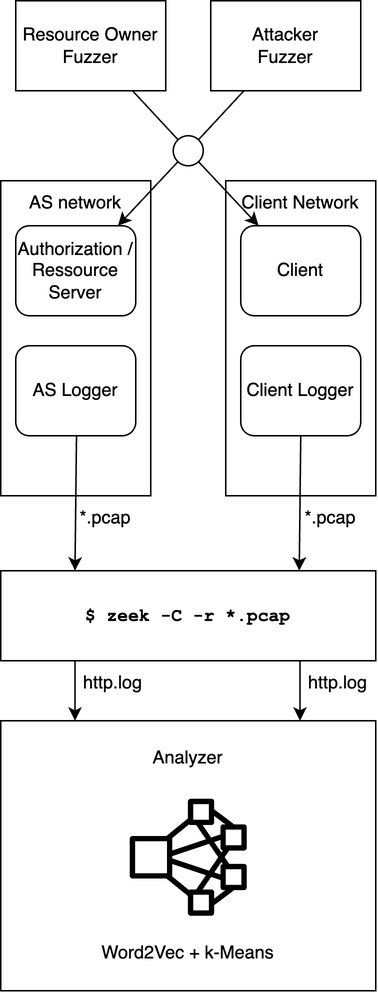
Above: thesis/pic/experimental_setup.png in fnehmer/master-thesis (draw.io), before the change. Source tidied: cells renumbered, new cells last; positions are measured from the earlier drawing's top-left corner, leaving out a move shared by most shapes.
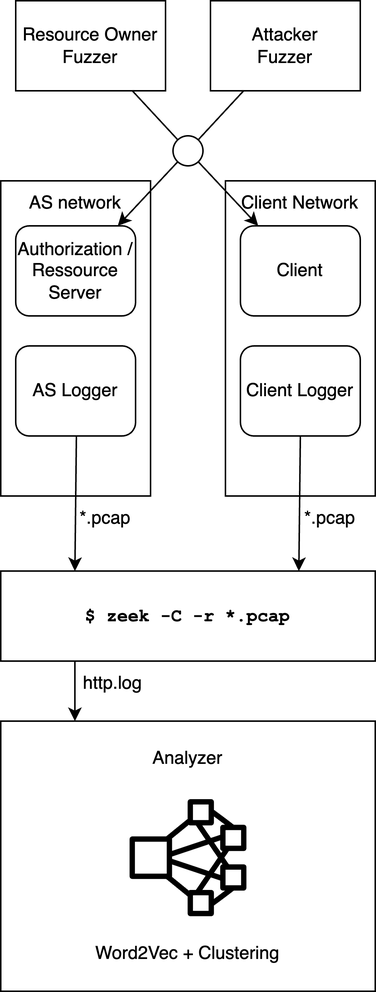
After the change.

Change to the diagram source:
```diff
@@ -53,25 +53,16 @@
         <mxPoint x="49.5" y="480" as="targetPoint" />
       </mxGeometry>
     </mxCell>
-    <mxCell id="17" style="endArrow=classic;html=1;rounded=0;entryX=0.796;entryY=0;entryDx=0;entryDy=0;entryPerimeter=0;" parent="1" edge="1">
-      <mxGeometry relative="1" as="geometry">
-        <mxPoint x="199.5" y="440" as="sourcePoint" />
-        <mxPoint x="199.5" y="480" as="targetPoint" />
-      </mxGeometry>
-    </mxCell>
     <mxCell id="18" value="http.log" style="text;html=1;strokeColor=none;fillColor=none;align=center;verticalAlign=middle;whiteSpace=wrap;rounded=0;" parent="1" vertex="1">
       <mxGeometry x="50" y="440" width="50" height="30" as="geometry" />
     </mxCell>
-    <mxCell id="19" value="http.log" style="text;html=1;strokeColor=none;fillColor=none;align=center;verticalAlign=middle;whiteSpace=wrap;rounded=0;" parent="1" vertex="1">
-      <mxGeometry x="200" y="440" width="50" height="30" as="geometry" />
-    </mxCell>
     <mxCell id="20" style="sketch=0;fontColor=#232F3E;gradientColor=none;fillColor=#000000;strokeColor=none;dashed=0;verticalLabelPosition=bottom;verticalAlign=top;align=center;html=1;fontSize=12;fontStyle=0;shape=mxgraph.aws4.cluster;" parent="1" vertex="1">
       <mxGeometry x="86" y="532" width="78" height="78" as="geometry" />
     </mxCell>
     <mxCell id="21" value="Analyzer" style="text;html=1;strokeColor=none;fillColor=none;align=center;verticalAlign=middle;whiteSpace=wrap;rounded=0;" parent="1" vertex="1">
       <mxGeometry y="480" width="250" height="50" as="geometry" />
     </mxCell>
-    <mxCell id="22" value="Word2Vec + k-Means" style="text;html=1;strokeColor=none;fillColor=none;align=center;verticalAlign=middle;whiteSpace=wrap;rounded=0;" parent="1" vertex="1">
+    <mxCell id="22" value="Word2Vec + Clustering" style="text;html=1;strokeColor=none;fillColor=none;align=center;verticalAlign=middle;whiteSpace=wrap;rounded=0;" parent="1" vertex="1">
       <mxGeometry y="610" width="250" height="50" as="geometry" />
     </mxCell>
     <mxCell id="23" value="Resource Owner&lt;br&gt;Fuzzer" style="rounded=0;whiteSpace=wrap;html=1;" parent="1" vertex="1">
```
